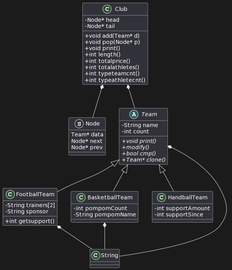
The PlantUML diagram Docs/uml.png in LeventeTarsoly/NHF2_Sportegyesulet, before a commit.
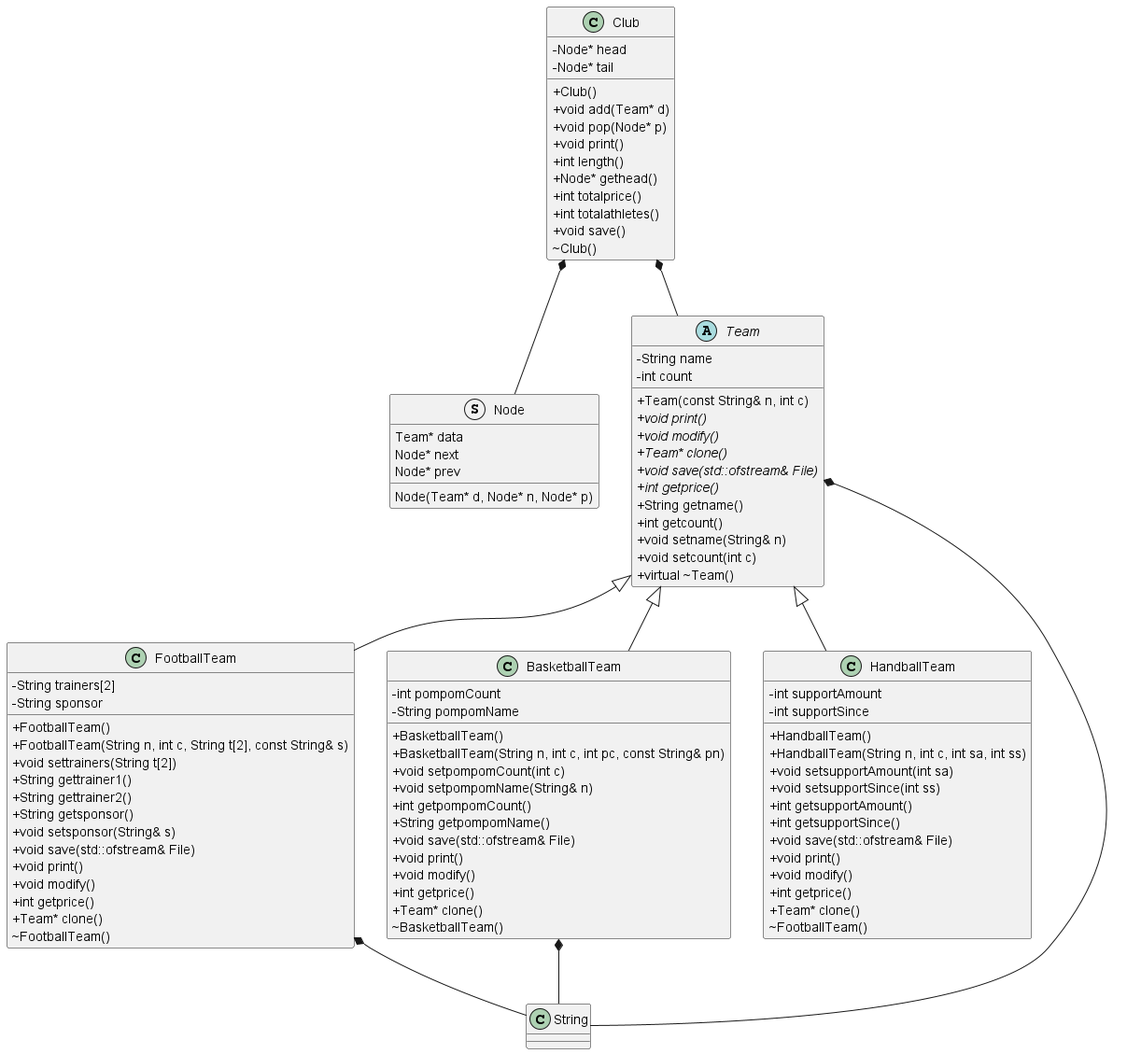
Above is the later version.

Change to the diagram source:
```diff
@@ -5,45 +5,91 @@
 Team* data
 Node* next
 Node* prev
+Node(Team* d, Node* n, Node* p)
 }
 
 
 abstract class Team {
 -String name
 -int count
++Team(const String& n, int c)
 +{abstract} void print()
-+{abstract} modify()
-+{abstract} bool cmp()
++{abstract} void modify()
 +{abstract} Team* clone()
++{abstract} void save(std::ofstream& File)
++{abstract} int getprice()
++String getname()
++int getcount()
++void setname(String& n)
++void setcount(int c)
++virtual ~Team()
 }
 
 class Club{
 -Node* head
 -Node* tail
++Club()
 +void add(Team* d)
 +void pop(Node* p)
 +void print()
 +int length()
++Node* gethead()
 +int totalprice()
 +int totalathletes()
-+int typeteamcnt()
-+int typeathletecnt()
++void save()
+~Club()
 }
 
 class FootballTeam{
 -String trainers[2]
 -String sponsor
-+int getsupport()
++FootballTeam()
++FootballTeam(String n, int c, String t[2], const String& s)
++void settrainers(String t[2])
++String gettrainer1()
++String gettrainer2()
++String getsponsor()
++void setsponsor(String& s)
++void save(std::ofstream& File)
++void print()
++void modify()
++int getprice()
++Team* clone()
+~FootballTeam()
 }
 
 class BasketballTeam{
 -int pompomCount
 -String pompomName
++BasketballTeam()
++BasketballTeam(String n, int c, int pc, const String& pn)
++void setpompomCount(int c)
++void setpompomName(String& n)
++int getpompomCount()
++String getpompomName()
++void save(std::ofstream& File)
++void print()
++void modify()
++int getprice()
++Team* clone()
+~BasketballTeam()
 }
 
 class HandballTeam{
 -int supportAmount
 -int supportSince
++HandballTeam()
++HandballTeam(String n, int c, int sa, int ss)
++void setsupportAmount(int sa)
++void setsupportSince(int ss)
++int getsupportAmount()
++int getsupportSince()
++void save(std::ofstream& File)
++void print()
++void modify()
++int getprice()
++Team* clone()
+~FootballTeam()
 }
 
 Club *-- Team
@@ -54,4 +100,5 @@
 FootballTeam *-- String
 BasketballTeam *-- String
 Team *-- String
+
 @enduml
```
